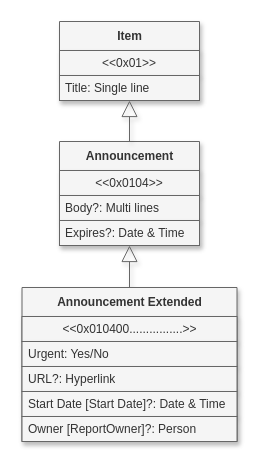
The draw.io diagram docs/Content-Type.drawio in mauriora/Announcements-Bar-Spfx, before the edit. Source tidied: cells renumbered, new cells numbered last; positions are measured from the earlier drawing's top-left corner, leaving out a move shared by most shapes. Both pictures are drawn from the tidied source at 100%, with x=0, y=0 at pixel (21, 21).
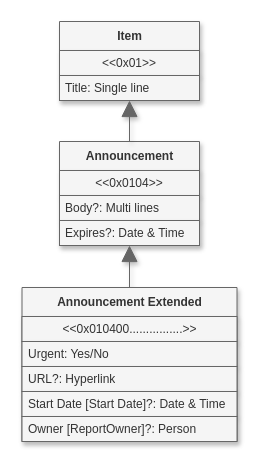
The same diagram, later.

Change to the diagram source:
```diff
@@
 <mxGraphModel>
   <root>
     <mxCell id="0" />
     <mxCell id="1" parent="0" />
     <mxCell id="2" value="Announcement" style="swimlane;fontStyle=1;align=center;verticalAlign=middle;horizontal=1;startSize=29;html=1;shadow=1;fillColor=#f5f5f5;fontColor=#333333;strokeColor=#666666;" parent="1" vertex="1">
       <mxGeometry x="38" y="120" width="140" height="104" as="geometry" />
     </mxCell>
     <mxCell id="3" value="&amp;lt;&amp;lt;0x0104&amp;gt;&amp;gt;" style="text;html=1;strokeColor=#666666;fillColor=#f5f5f5;align=center;verticalAlign=middle;spacingLeft=4;spacingRight=4;overflow=hidden;shadow=1;fontColor=#333333;" parent="2" vertex="1">
       <mxGeometry y="29" width="140" height="25" as="geometry" />
     </mxCell>
     <mxCell id="4" value="Body?:&amp;nbsp;Multi lines" style="text;html=1;strokeColor=#666666;fillColor=#f5f5f5;align=left;verticalAlign=middle;spacingLeft=4;spacingRight=4;overflow=hidden;shadow=1;fontColor=#333333;" parent="2" vertex="1">
       <mxGeometry y="54" width="140" height="25" as="geometry" />
     </mxCell>
     <mxCell id="5" value="Expires?:&amp;nbsp;Date &amp;amp; Time" style="text;html=1;strokeColor=#666666;fillColor=#f5f5f5;align=left;verticalAlign=middle;spacingLeft=4;spacingRight=4;overflow=hidden;shadow=1;fontColor=#333333;" parent="2" vertex="1">
       <mxGeometry y="79" width="140" height="25" as="geometry" />
     </mxCell>
-    <mxCell id="6" style="edgeStyle=orthogonalEdgeStyle;rounded=0;jettySize=auto;html=1;endArrow=block;endFill=0;endSize=14;shadow=1;fillColor=#f5f5f5;strokeColor=#666666;" parent="1" edge="1" source="7" target="2">
+    <mxCell id="6" style="edgeStyle=orthogonalEdgeStyle;rounded=0;jettySize=auto;html=1;endArrow=block;endFill=1;endSize=14;shadow=1;fillColor=#f5f5f5;strokeColor=#666666;" parent="1" edge="1" source="7" target="2">
       <mxGeometry relative="1" as="geometry" />
     </mxCell>
     <mxCell id="7" value="Announcement Extended" style="swimlane;fontStyle=1;align=center;verticalAlign=middle;horizontal=1;startSize=29;html=1;shadow=1;fillColor=#f5f5f5;fontColor=#333333;strokeColor=#666666;" parent="1" vertex="1">
       <mxGeometry x="0.5" y="266" width="215" height="154" as="geometry" />
     </mxCell>
     <mxCell id="8" value="&amp;lt;&amp;lt;0x010400................&amp;gt;&amp;gt;" style="text;html=1;strokeColor=#666666;fillColor=#f5f5f5;align=center;verticalAlign=middle;spacingLeft=4;spacingRight=4;overflow=hidden;shadow=1;fontColor=#333333;" parent="7" vertex="1">
       <mxGeometry y="29" width="215" height="25" as="geometry" />
     </mxCell>
     <mxCell id="9" value="Urgent: Yes/No" style="text;html=1;strokeColor=#666666;fillColor=#f5f5f5;align=left;verticalAlign=middle;spacingLeft=4;spacingRight=4;overflow=hidden;shadow=1;fontColor=#333333;" parent="7" vertex="1">
       <mxGeometry y="54" width="215" height="25" as="geometry" />
     </mxCell>
     <mxCell id="10" value="URL?: Hyperlink" style="text;html=1;strokeColor=#666666;fillColor=#f5f5f5;align=left;verticalAlign=middle;spacingLeft=4;spacingRight=4;overflow=hidden;shadow=1;fontColor=#333333;" parent="7" vertex="1">
       <mxGeometry y="79" width="215" height="25" as="geometry" />
     </mxCell>
     <mxCell id="11" value="Start Date [Start Date]?:&amp;nbsp;Date &amp;amp; Time" style="text;html=1;strokeColor=#666666;fillColor=#f5f5f5;align=left;verticalAlign=middle;spacingLeft=4;spacingRight=4;overflow=hidden;shadow=1;fontColor=#333333;" parent="7" vertex="1">
       <mxGeometry y="104" width="215" height="25" as="geometry" />
     </mxCell>
     <mxCell id="12" value="Owner [ReportOwner]?:&amp;nbsp;Person" style="text;html=1;strokeColor=#666666;fillColor=#f5f5f5;align=left;verticalAlign=middle;spacingLeft=4;spacingRight=4;overflow=hidden;shadow=1;fontColor=#333333;" parent="7" vertex="1">
       <mxGeometry y="129" width="215" height="25" as="geometry" />
     </mxCell>
     <mxCell id="13" value="Item" style="swimlane;fontStyle=1;align=center;verticalAlign=middle;horizontal=1;startSize=29;html=1;shadow=1;fillColor=#f5f5f5;fontColor=#333333;strokeColor=#666666;" parent="1" vertex="1">
       <mxGeometry x="38" width="140" height="79" as="geometry" />
     </mxCell>
     <mxCell id="14" value="&amp;lt;&amp;lt;0x01&amp;gt;&amp;gt;" style="text;html=1;strokeColor=#666666;fillColor=#f5f5f5;align=center;verticalAlign=middle;spacingLeft=4;spacingRight=4;overflow=hidden;shadow=1;fontColor=#333333;" parent="13" vertex="1">
       <mxGeometry y="29" width="140" height="25" as="geometry" />
     </mxCell>
     <mxCell id="15" value="Title:&amp;nbsp;Single line" style="text;html=1;strokeColor=#666666;fillColor=#f5f5f5;align=left;verticalAlign=middle;spacingLeft=4;spacingRight=4;overflow=hidden;shadow=1;fontColor=#333333;" parent="13" vertex="1">
       <mxGeometry y="54" width="140" height="25" as="geometry" />
     </mxCell>
-    <mxCell id="16" style="edgeStyle=orthogonalEdgeStyle;rounded=0;jettySize=auto;html=1;endArrow=block;endFill=0;endSize=14;shadow=1;fillColor=#f5f5f5;strokeColor=#666666;" parent="1" edge="1" source="2" target="13">
+    <mxCell id="16" style="edgeStyle=orthogonalEdgeStyle;rounded=0;jettySize=auto;html=1;endArrow=block;endFill=1;endSize=14;shadow=1;fillColor=#f5f5f5;strokeColor=#666666;" parent="1" edge="1" source="2" target="13">
       <mxGeometry relative="1" as="geometry" />
     </mxCell>
   </root>
 </mxGraphModel>
```
